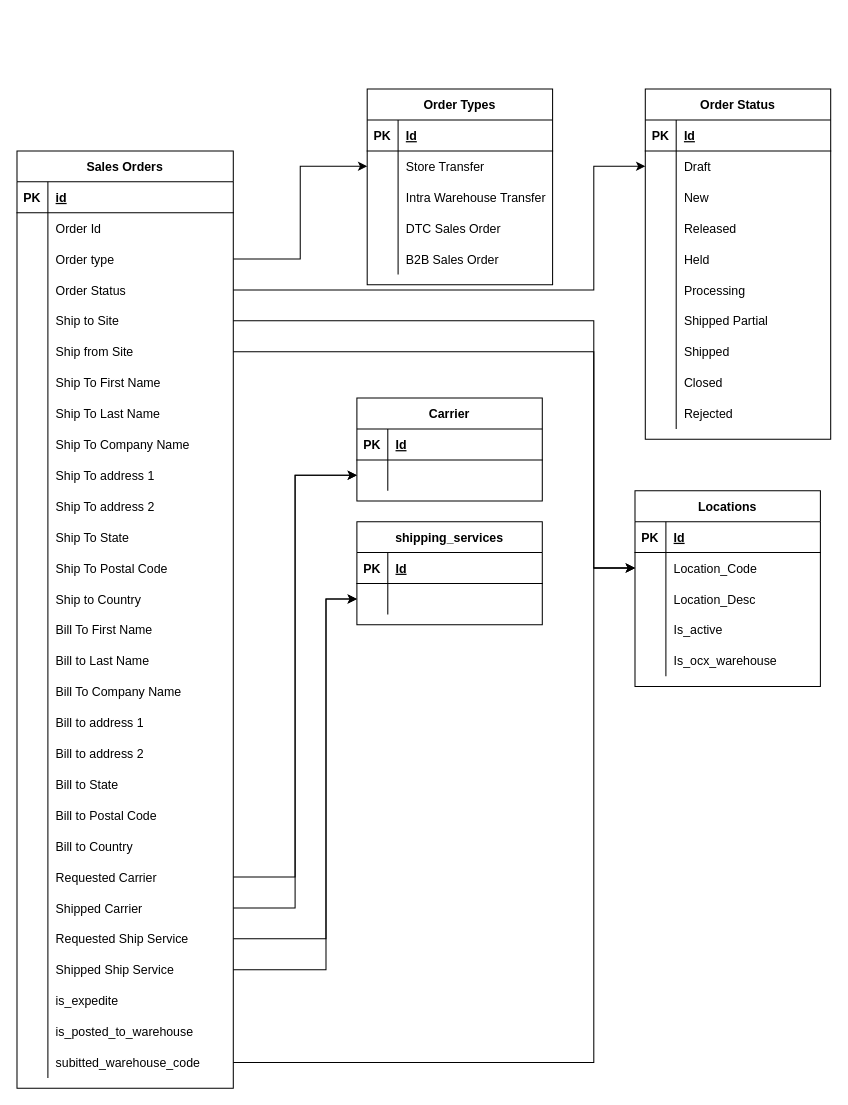
Before: page "Entity Relationship (ER) Diagram" (4 of 4) of InventoryTransferFlows.drawio in campbelltravis/Workflows, a draw.io diagram. Source tidied: cells renumbered, new cells numbered last; positions are measured from the earlier drawing's top-left corner, leaving out a move shared by most shapes. Both pictures are drawn from the tidied source at 103%, with x=0, y=0 at pixel (16, 89).
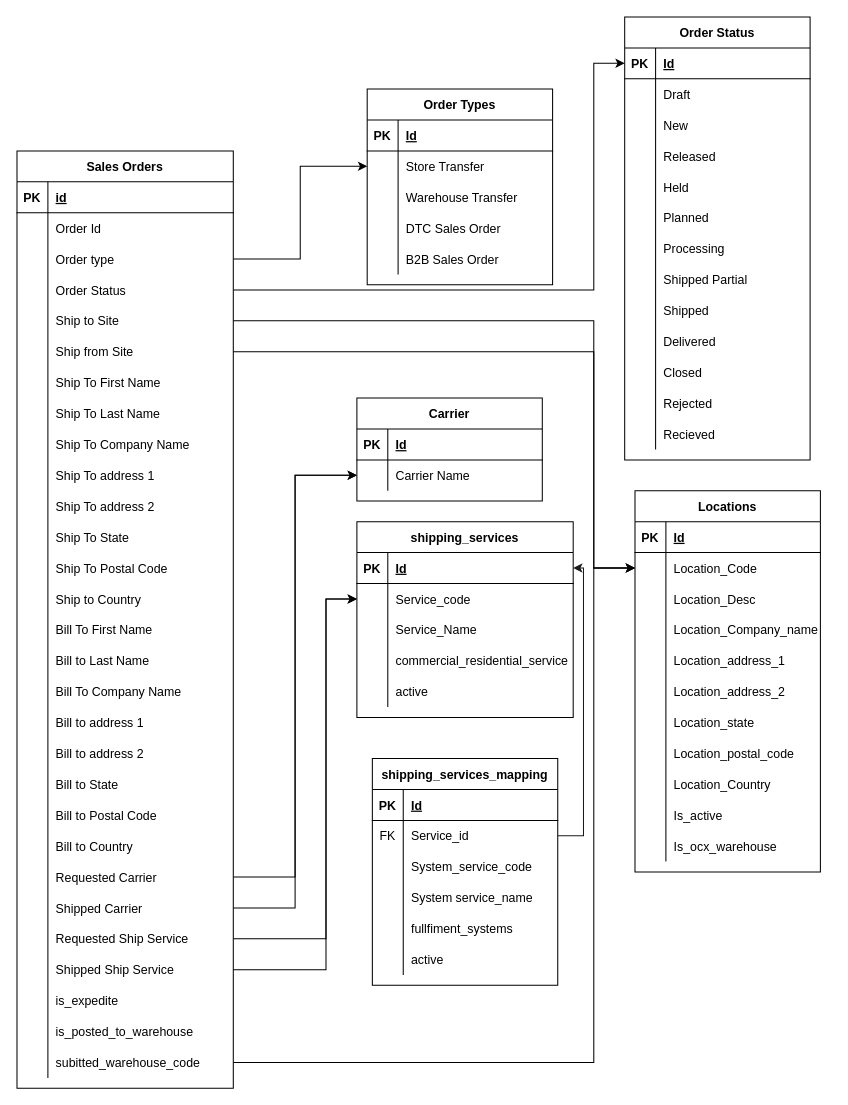
After the change.

The change refers to these unchanged cells:
```xml
<mxCell id="12" style="shape=tableRow;horizontal=0;startSize=0;swimlaneHead=0;swimlaneBody=0;fillColor=none;points=[[0,0.5],[1,0.5]];portConstraint=eastwest;top=0;left=0;right=0;bottom=0;" parent="2" vertex="1">
  <mxGeometry y="120" width="210" height="30" as="geometry" />
</mxCell>
<mxCell id="97" style="shape=tableRow;horizontal=0;startSize=0;swimlaneHead=0;swimlaneBody=0;fillColor=none;top=0;left=0;right=0;bottom=0;" parent="90" vertex="1">
  <mxGeometry y="90" width="180" height="30" as="geometry" />
</mxCell>
<mxCell id="108" style="shape=tableRow;horizontal=0;startSize=0;swimlaneHead=0;swimlaneBody=0;fillColor=none;points=[[0,0.5],[1,0.5]];portConstraint=eastwest;top=0;left=0;right=0;bottom=1;" parent="107" vertex="1">
  <mxGeometry y="30" width="180" height="30" as="geometry" />
</mxCell>
<mxCell id="111" style="shape=tableRow;horizontal=0;startSize=0;swimlaneHead=0;swimlaneBody=0;fillColor=none;points=[[0,0.5],[1,0.5]];portConstraint=eastwest;top=0;left=0;right=0;bottom=0;" parent="107" vertex="1">
  <mxGeometry y="60" width="180" height="30" as="geometry" />
</mxCell>
<mxCell id="159" style="shape=tableRow;horizontal=0;startSize=0;swimlaneHead=0;swimlaneBody=0;fillColor=none;points=[[0,0.5],[1,0.5]];portConstraint=eastwest;top=0;left=0;right=0;bottom=0;" parent="155" vertex="1">
  <mxGeometry y="60" width="180" height="30" as="geometry" />
</mxCell>
```

Change to the diagram source:
```diff
@@
-    <mxCell id="99" value="Intra Warehouse Transfer" style="shape=partialRectangle;fillColor=none;top=0;left=0;bottom=0;right=0;align=left;spacingLeft=6;overflow=hidden;" parent="97" vertex="1">
+    <mxCell id="99" value="Warehouse Transfer" style="shape=partialRectangle;fillColor=none;top=0;left=0;bottom=0;right=0;align=left;spacingLeft=6;overflow=hidden;" parent="97" vertex="1">
       <mxGeometry x="30" width="150" height="30" as="geometry" />
     </mxCell>
@@
     <mxCell id="107" value="Order Status" style="shape=table;startSize=30;childLayout=tableLayout;rowLines=0;fontStyle=1;align=center;" parent="1" vertex="1">
-      <mxGeometry x="610" width="180" height="340" as="geometry" />
+      <mxGeometry x="590" y="-70" width="180" height="430" as="geometry" />
     </mxCell>
@@
+    <mxCell id="176" style="shape=tableRow;horizontal=0;startSize=0;swimlaneHead=0;swimlaneBody=0;fillColor=none;top=0;left=0;right=0;bottom=0;" parent="107" vertex="1">
+      <mxGeometry y="180" width="180" height="30" as="geometry" />
+    </mxCell>
+    <mxCell id="177" style="shape=partialRectangle;fillColor=none;top=0;left=0;bottom=0;right=0;overflow=hidden;" parent="176" vertex="1">
+      <mxGeometry width="30" height="30" as="geometry" />
+    </mxCell>
+    <mxCell id="178" value="Planned" style="shape=partialRectangle;fillColor=none;top=0;left=0;bottom=0;right=0;align=left;spacingLeft=6;overflow=hidden;" parent="176" vertex="1">
+      <mxGeometry x="30" width="150" height="30" as="geometry" />
+    </mxCell>
     <mxCell id="123" style="shape=tableRow;horizontal=0;startSize=0;swimlaneHead=0;swimlaneBody=0;fillColor=none;top=0;left=0;right=0;bottom=0;" parent="107" vertex="1">
-      <mxGeometry y="180" width="180" height="30" as="geometry" />
+      <mxGeometry y="210" width="180" height="30" as="geometry" />
     </mxCell>
@@
     <mxCell id="126" style="shape=tableRow;horizontal=0;startSize=0;swimlaneHead=0;swimlaneBody=0;fillColor=none;top=0;left=0;right=0;bottom=0;" parent="107" vertex="1">
-      <mxGeometry y="210" width="180" height="30" as="geometry" />
+      <mxGeometry y="240" width="180" height="30" as="geometry" />
     </mxCell>
@@
     <mxCell id="129" style="shape=tableRow;horizontal=0;startSize=0;swimlaneHead=0;swimlaneBody=0;fillColor=none;top=0;left=0;right=0;bottom=0;" parent="107" vertex="1">
-      <mxGeometry y="240" width="180" height="30" as="geometry" />
+      <mxGeometry y="270" width="180" height="30" as="geometry" />
     </mxCell>
@@
+    <mxCell id="179" style="shape=tableRow;horizontal=0;startSize=0;swimlaneHead=0;swimlaneBody=0;fillColor=none;top=0;left=0;right=0;bottom=0;" parent="107" vertex="1">
+      <mxGeometry y="300" width="180" height="30" as="geometry" />
+    </mxCell>
+    <mxCell id="180" style="shape=partialRectangle;fillColor=none;top=0;left=0;bottom=0;right=0;overflow=hidden;" parent="179" vertex="1">
+      <mxGeometry width="30" height="30" as="geometry" />
+    </mxCell>
+    <mxCell id="181" value="Delivered" style="shape=partialRectangle;fillColor=none;top=0;left=0;bottom=0;right=0;align=left;spacingLeft=6;overflow=hidden;" parent="179" vertex="1">
+      <mxGeometry x="30" width="150" height="30" as="geometry" />
+    </mxCell>
     <mxCell id="132" style="shape=tableRow;horizontal=0;startSize=0;swimlaneHead=0;swimlaneBody=0;fillColor=none;top=0;left=0;right=0;bottom=0;" parent="107" vertex="1">
-      <mxGeometry y="270" width="180" height="30" as="geometry" />
+      <mxGeometry y="330" width="180" height="30" as="geometry" />
     </mxCell>
@@
     <mxCell id="135" style="shape=tableRow;horizontal=0;startSize=0;swimlaneHead=0;swimlaneBody=0;fillColor=none;top=0;left=0;right=0;bottom=0;" parent="107" vertex="1">
-      <mxGeometry y="300" width="180" height="30" as="geometry" />
+      <mxGeometry y="360" width="180" height="30" as="geometry" />
     </mxCell>
@@
+    <mxCell id="182" style="shape=tableRow;horizontal=0;startSize=0;swimlaneHead=0;swimlaneBody=0;fillColor=none;top=0;left=0;right=0;bottom=0;" parent="107" vertex="1">
+      <mxGeometry y="390" width="180" height="30" as="geometry" />
+    </mxCell>
+    <mxCell id="183" style="shape=partialRectangle;fillColor=none;top=0;left=0;bottom=0;right=0;overflow=hidden;" parent="182" vertex="1">
+      <mxGeometry width="30" height="30" as="geometry" />
+    </mxCell>
+    <mxCell id="184" value="Recieved" style="shape=partialRectangle;fillColor=none;top=0;left=0;bottom=0;right=0;align=left;spacingLeft=6;overflow=hidden;" parent="182" vertex="1">
+      <mxGeometry x="30" width="150" height="30" as="geometry" />
+    </mxCell>
-    <mxCell id="138" style="edgeStyle=orthogonalEdgeStyle;rounded=0;jettySize=auto;html=1;exitX=1;exitY=0.5;exitDx=0;exitDy=0;entryX=0;entryY=0.5;entryDx=0;entryDy=0;" parent="1" edge="1" source="12" target="111">
+    <mxCell id="138" style="edgeStyle=orthogonalEdgeStyle;rounded=0;jettySize=auto;html=1;exitX=1;exitY=0.5;exitDx=0;exitDy=0;entryX=0;entryY=0.5;entryDx=0;entryDy=0;" parent="1" edge="1" source="12" target="108">
       <mxGeometry relative="1" as="geometry">
         <Array as="points">
           <mxPoint x="560" y="195" />
-          <mxPoint x="560" y="75" />
+          <mxPoint x="560" y="-25" />
         </Array>
       </mxGeometry>
     </mxCell>
     <mxCell id="139" value="Locations" style="shape=table;startSize=30;childLayout=tableLayout;rowLines=0;fontStyle=1;align=center;" parent="1" vertex="1">
-      <mxGeometry x="600" y="390" width="180" height="190" as="geometry" />
+      <mxGeometry x="600" y="390" width="180" height="370" as="geometry" />
     </mxCell>
@@
+    <mxCell id="185" style="shape=tableRow;horizontal=0;startSize=0;swimlaneHead=0;swimlaneBody=0;fillColor=none;top=0;left=0;right=0;bottom=0;" parent="139" vertex="1">
+      <mxGeometry y="120" width="180" height="30" as="geometry" />
+    </mxCell>
+    <mxCell id="186" style="shape=partialRectangle;fillColor=none;top=0;left=0;bottom=0;right=0;overflow=hidden;" parent="185" vertex="1">
+      <mxGeometry width="30" height="30" as="geometry" />
+    </mxCell>
+    <mxCell id="187" value="Location_Company_name" style="shape=partialRectangle;fillColor=none;top=0;left=0;bottom=0;right=0;align=left;spacingLeft=6;overflow=hidden;" parent="185" vertex="1">
+      <mxGeometry x="30" width="150" height="30" as="geometry" />
+    </mxCell>
+    <mxCell id="188" style="shape=tableRow;horizontal=0;startSize=0;swimlaneHead=0;swimlaneBody=0;fillColor=none;top=0;left=0;right=0;bottom=0;" parent="139" vertex="1">
+      <mxGeometry y="150" width="180" height="30" as="geometry" />
+    </mxCell>
+    <mxCell id="189" style="shape=partialRectangle;fillColor=none;top=0;left=0;bottom=0;right=0;overflow=hidden;" parent="188" vertex="1">
+      <mxGeometry width="30" height="30" as="geometry" />
+    </mxCell>
+    <mxCell id="190" value="Location_address_1" style="shape=partialRectangle;fillColor=none;top=0;left=0;bottom=0;right=0;align=left;spacingLeft=6;overflow=hidden;" parent="188" vertex="1">
+      <mxGeometry x="30" width="150" height="30" as="geometry" />
+    </mxCell>
+    <mxCell id="191" style="shape=tableRow;horizontal=0;startSize=0;swimlaneHead=0;swimlaneBody=0;fillColor=none;top=0;left=0;right=0;bottom=0;" parent="139" vertex="1">
+      <mxGeometry y="180" width="180" height="30" as="geometry" />
+    </mxCell>
+    <mxCell id="192" style="shape=partialRectangle;fillColor=none;top=0;left=0;bottom=0;right=0;overflow=hidden;" parent="191" vertex="1">
+      <mxGeometry width="30" height="30" as="geometry" />
+    </mxCell>
+    <mxCell id="193" value="Location_address_2" style="shape=partialRectangle;fillColor=none;top=0;left=0;bottom=0;right=0;align=left;spacingLeft=6;overflow=hidden;" parent="191" vertex="1">
+      <mxGeometry x="30" width="150" height="30" as="geometry" />
+    </mxCell>
+    <mxCell id="194" style="shape=tableRow;horizontal=0;startSize=0;swimlaneHead=0;swimlaneBody=0;fillColor=none;top=0;left=0;right=0;bottom=0;" parent="139" vertex="1">
+      <mxGeometry y="210" width="180" height="30" as="geometry" />
+    </mxCell>
+    <mxCell id="195" style="shape=partialRectangle;fillColor=none;top=0;left=0;bottom=0;right=0;overflow=hidden;" parent="194" vertex="1">
+      <mxGeometry width="30" height="30" as="geometry" />
+    </mxCell>
+    <mxCell id="196" value="Location_state" style="shape=partialRectangle;fillColor=none;top=0;left=0;bottom=0;right=0;align=left;spacingLeft=6;overflow=hidden;" parent="194" vertex="1">
+      <mxGeometry x="30" width="150" height="30" as="geometry" />
+    </mxCell>
+    <mxCell id="197" style="shape=tableRow;horizontal=0;startSize=0;swimlaneHead=0;swimlaneBody=0;fillColor=none;top=0;left=0;right=0;bottom=0;" parent="139" vertex="1">
+      <mxGeometry y="240" width="180" height="30" as="geometry" />
+    </mxCell>
+    <mxCell id="198" style="shape=partialRectangle;fillColor=none;top=0;left=0;bottom=0;right=0;overflow=hidden;" parent="197" vertex="1">
+      <mxGeometry width="30" height="30" as="geometry" />
+    </mxCell>
+    <mxCell id="199" value="Location_postal_code" style="shape=partialRectangle;fillColor=none;top=0;left=0;bottom=0;right=0;align=left;spacingLeft=6;overflow=hidden;" parent="197" vertex="1">
+      <mxGeometry x="30" width="150" height="30" as="geometry" />
+    </mxCell>
+    <mxCell id="200" style="shape=tableRow;horizontal=0;startSize=0;swimlaneHead=0;swimlaneBody=0;fillColor=none;top=0;left=0;right=0;bottom=0;" parent="139" vertex="1">
+      <mxGeometry y="270" width="180" height="30" as="geometry" />
+    </mxCell>
+    <mxCell id="201" style="shape=partialRectangle;fillColor=none;top=0;left=0;bottom=0;right=0;overflow=hidden;" parent="200" vertex="1">
+      <mxGeometry width="30" height="30" as="geometry" />
+    </mxCell>
+    <mxCell id="202" value="Location_Country" style="shape=partialRectangle;fillColor=none;top=0;left=0;bottom=0;right=0;align=left;spacingLeft=6;overflow=hidden;" parent="200" vertex="1">
+      <mxGeometry x="30" width="150" height="30" as="geometry" />
+    </mxCell>
     <mxCell id="149" style="shape=tableRow;horizontal=0;startSize=0;swimlaneHead=0;swimlaneBody=0;fillColor=none;top=0;left=0;right=0;bottom=0;" parent="139" vertex="1">
-      <mxGeometry y="120" width="180" height="30" as="geometry" />
+      <mxGeometry y="300" width="180" height="30" as="geometry" />
     </mxCell>
@@
     <mxCell id="152" style="shape=tableRow;horizontal=0;startSize=0;swimlaneHead=0;swimlaneBody=0;fillColor=none;top=0;left=0;right=0;bottom=0;" parent="139" vertex="1">
-      <mxGeometry y="150" width="180" height="30" as="geometry" />
+      <mxGeometry y="330" width="180" height="30" as="geometry" />
     </mxCell>
@@
-    <mxCell id="161" style="shape=partialRectangle;fillColor=none;top=0;left=0;bottom=0;right=0;align=left;spacingLeft=6;overflow=hidden;" parent="159" vertex="1">
+    <mxCell id="161" value="Carrier Name" style="shape=partialRectangle;fillColor=none;top=0;left=0;bottom=0;right=0;align=left;spacingLeft=6;overflow=hidden;" parent="159" vertex="1">
       <mxGeometry x="30" width="150" height="30" as="geometry" />
     </mxCell>
@@
     <mxCell id="164" value="shipping_services" style="shape=table;startSize=30;childLayout=tableLayout;rowLines=0;fontStyle=1;align=center;" parent="1" vertex="1">
-      <mxGeometry x="330" y="420" width="180" height="100" as="geometry" />
+      <mxGeometry x="330" y="420" width="210" height="190" as="geometry" />
     </mxCell>
     <mxCell id="165" style="shape=tableRow;horizontal=0;startSize=0;swimlaneHead=0;swimlaneBody=0;fillColor=none;points=[[0,0.5],[1,0.5]];portConstraint=eastwest;top=0;left=0;right=0;bottom=1;" parent="164" vertex="1">
-      <mxGeometry y="30" width="180" height="30" as="geometry" />
+      <mxGeometry y="30" width="210" height="30" as="geometry" />
     </mxCell>
@@
     <mxCell id="167" value="Id" style="shape=partialRectangle;fillColor=none;top=0;left=0;bottom=0;right=0;align=left;spacingLeft=6;fontStyle=5;overflow=hidden;" parent="165" vertex="1">
-      <mxGeometry x="30" width="150" height="30" as="geometry" />
+      <mxGeometry x="30" width="180" height="30" as="geometry" />
     </mxCell>
     <mxCell id="168" style="shape=tableRow;horizontal=0;startSize=0;swimlaneHead=0;swimlaneBody=0;fillColor=none;points=[[0,0.5],[1,0.5]];portConstraint=eastwest;top=0;left=0;right=0;bottom=0;" parent="164" vertex="1">
-      <mxGeometry y="60" width="180" height="30" as="geometry" />
+      <mxGeometry y="60" width="210" height="30" as="geometry" />
     </mxCell>
@@
-    <mxCell id="170" style="shape=partialRectangle;fillColor=none;top=0;left=0;bottom=0;right=0;align=left;spacingLeft=6;overflow=hidden;" parent="168" vertex="1">
-      <mxGeometry x="30" width="150" height="30" as="geometry" />
+    <mxCell id="170" value="Service_code" style="shape=partialRectangle;fillColor=none;top=0;left=0;bottom=0;right=0;align=left;spacingLeft=6;overflow=hidden;" parent="168" vertex="1">
+      <mxGeometry x="30" width="180" height="30" as="geometry" />
     </mxCell>
+    <mxCell id="203" style="shape=tableRow;horizontal=0;startSize=0;swimlaneHead=0;swimlaneBody=0;fillColor=none;top=0;left=0;right=0;bottom=0;" parent="164" vertex="1">
+      <mxGeometry y="90" width="210" height="30" as="geometry" />
+    </mxCell>
+    <mxCell id="204" style="shape=partialRectangle;fillColor=none;top=0;left=0;bottom=0;right=0;overflow=hidden;" parent="203" vertex="1">
+      <mxGeometry width="30" height="30" as="geometry" />
+    </mxCell>
+    <mxCell id="205" value="Service_Name" style="shape=partialRectangle;fillColor=none;top=0;left=0;bottom=0;right=0;align=left;spacingLeft=6;overflow=hidden;" parent="203" vertex="1">
+      <mxGeometry x="30" width="180" height="30" as="geometry" />
+    </mxCell>
+    <mxCell id="206" style="shape=tableRow;horizontal=0;startSize=0;swimlaneHead=0;swimlaneBody=0;fillColor=none;top=0;left=0;right=0;bottom=0;" parent="164" vertex="1">
+      <mxGeometry y="120" width="210" height="30" as="geometry" />
+    </mxCell>
+    <mxCell id="207" style="shape=partialRectangle;fillColor=none;top=0;left=0;bottom=0;right=0;overflow=hidden;" parent="206" vertex="1">
+      <mxGeometry width="30" height="30" as="geometry" />
+    </mxCell>
+    <mxCell id="208" value="commercial_residential_service" style="shape=partialRectangle;fillColor=none;top=0;left=0;bottom=0;right=0;align=left;spacingLeft=6;overflow=hidden;" parent="206" vertex="1">
+      <mxGeometry x="30" width="180" height="30" as="geometry" />
+    </mxCell>
+    <mxCell id="209" style="shape=tableRow;horizontal=0;startSize=0;swimlaneHead=0;swimlaneBody=0;fillColor=none;top=0;left=0;right=0;bottom=0;" parent="164" vertex="1">
+      <mxGeometry y="150" width="210" height="30" as="geometry" />
+    </mxCell>
+    <mxCell id="210" style="shape=partialRectangle;fillColor=none;top=0;left=0;bottom=0;right=0;overflow=hidden;" parent="209" vertex="1">
+      <mxGeometry width="30" height="30" as="geometry" />
+    </mxCell>
+    <mxCell id="211" value="active" style="shape=partialRectangle;fillColor=none;top=0;left=0;bottom=0;right=0;align=left;spacingLeft=6;overflow=hidden;" parent="209" vertex="1">
+      <mxGeometry x="30" width="180" height="30" as="geometry" />
+    </mxCell>
@@
+    <mxCell id="212" value="shipping_services_mapping" style="shape=table;startSize=30;childLayout=tableLayout;rowLines=0;fontStyle=1;align=center;" parent="1" vertex="1">
+      <mxGeometry x="345" y="650" width="180" height="220" as="geometry" />
+    </mxCell>
+    <mxCell id="213" style="shape=tableRow;horizontal=0;startSize=0;swimlaneHead=0;swimlaneBody=0;fillColor=none;top=0;left=0;right=0;bottom=1;" parent="212" vertex="1">
+      <mxGeometry y="30" width="180" height="30" as="geometry" />
+    </mxCell>
+    <mxCell id="214" value="PK" style="shape=partialRectangle;fillColor=none;top=0;left=0;bottom=0;right=0;fontStyle=1;overflow=hidden;" parent="213" vertex="1">
+      <mxGeometry width="30" height="30" as="geometry" />
+    </mxCell>
+    <mxCell id="215" value="Id" style="shape=partialRectangle;fillColor=none;top=0;left=0;bottom=0;right=0;align=left;spacingLeft=6;fontStyle=5;overflow=hidden;" parent="213" vertex="1">
+      <mxGeometry x="30" width="150" height="30" as="geometry" />
+    </mxCell>
+    <mxCell id="216" style="shape=tableRow;horizontal=0;startSize=0;swimlaneHead=0;swimlaneBody=0;fillColor=none;points=[[0,0.5],[1,0.5]];portConstraint=eastwest;top=0;left=0;right=0;bottom=0;" parent="212" vertex="1">
+      <mxGeometry y="60" width="180" height="30" as="geometry" />
+    </mxCell>
+    <mxCell id="217" value="FK" style="shape=partialRectangle;fillColor=none;top=0;left=0;bottom=0;right=0;overflow=hidden;" parent="216" vertex="1">
+      <mxGeometry width="30" height="30" as="geometry" />
+    </mxCell>
+    <mxCell id="218" value="Service_id" style="shape=partialRectangle;fillColor=none;top=0;left=0;bottom=0;right=0;align=left;spacingLeft=6;overflow=hidden;" parent="216" vertex="1">
+      <mxGeometry x="30" width="150" height="30" as="geometry" />
+    </mxCell>
+    <mxCell id="219" style="shape=tableRow;horizontal=0;startSize=0;swimlaneHead=0;swimlaneBody=0;fillColor=none;top=0;left=0;right=0;bottom=0;" parent="212" vertex="1">
+      <mxGeometry y="90" width="180" height="30" as="geometry" />
+    </mxCell>
+    <mxCell id="220" style="shape=partialRectangle;fillColor=none;top=0;left=0;bottom=0;right=0;overflow=hidden;" parent="219" vertex="1">
+      <mxGeometry width="30" height="30" as="geometry" />
+    </mxCell>
+    <mxCell id="221" value="System_service_code" style="shape=partialRectangle;fillColor=none;top=0;left=0;bottom=0;right=0;align=left;spacingLeft=6;overflow=hidden;" parent="219" vertex="1">
+      <mxGeometry x="30" width="150" height="30" as="geometry" />
+    </mxCell>
+    <mxCell id="222" style="shape=tableRow;horizontal=0;startSize=0;swimlaneHead=0;swimlaneBody=0;fillColor=none;top=0;left=0;right=0;bottom=0;" parent="212" vertex="1">
+      <mxGeometry y="120" width="180" height="30" as="geometry" />
+    </mxCell>
+    <mxCell id="223" style="shape=partialRectangle;fillColor=none;top=0;left=0;bottom=0;right=0;overflow=hidden;" parent="222" vertex="1">
+      <mxGeometry width="30" height="30" as="geometry" />
+    </mxCell>
+    <mxCell id="224" value="System service_name" style="shape=partialRectangle;fillColor=none;top=0;left=0;bottom=0;right=0;align=left;spacingLeft=6;overflow=hidden;" parent="222" vertex="1">
+      <mxGeometry x="30" width="150" height="30" as="geometry" />
+    </mxCell>
+    <mxCell id="225" style="shape=tableRow;horizontal=0;startSize=0;swimlaneHead=0;swimlaneBody=0;fillColor=none;top=0;left=0;right=0;bottom=0;" parent="212" vertex="1">
+      <mxGeometry y="150" width="180" height="30" as="geometry" />
+    </mxCell>
+    <mxCell id="226" style="shape=partialRectangle;fillColor=none;top=0;left=0;bottom=0;right=0;overflow=hidden;" parent="225" vertex="1">
+      <mxGeometry width="30" height="30" as="geometry" />
+    </mxCell>
+    <mxCell id="227" value="fullfiment_systems" style="shape=partialRectangle;fillColor=none;top=0;left=0;bottom=0;right=0;align=left;spacingLeft=6;overflow=hidden;" parent="225" vertex="1">
+      <mxGeometry x="30" width="150" height="30" as="geometry" />
+    </mxCell>
+    <mxCell id="228" style="shape=tableRow;horizontal=0;startSize=0;swimlaneHead=0;swimlaneBody=0;fillColor=none;top=0;left=0;right=0;bottom=0;" parent="212" vertex="1">
+      <mxGeometry y="180" width="180" height="30" as="geometry" />
+    </mxCell>
+    <mxCell id="229" style="shape=partialRectangle;fillColor=none;top=0;left=0;bottom=0;right=0;overflow=hidden;" parent="228" vertex="1">
+      <mxGeometry width="30" height="30" as="geometry" />
+    </mxCell>
+    <mxCell id="230" value="active" style="shape=partialRectangle;fillColor=none;top=0;left=0;bottom=0;right=0;align=left;spacingLeft=6;overflow=hidden;" parent="228" vertex="1">
+      <mxGeometry x="30" width="150" height="30" as="geometry" />
+    </mxCell>
+    <mxCell id="231" style="edgeStyle=orthogonalEdgeStyle;rounded=0;jettySize=auto;html=1;entryX=1;entryY=0.5;entryDx=0;entryDy=0;startArrow=none;startFill=0;endArrow=classic;endFill=1;strokeColor=#1A1A1A;" parent="1" edge="1" source="216" target="165">
+      <mxGeometry relative="1" as="geometry">
+        <Array as="points">
+          <mxPoint x="550" y="725" />
+          <mxPoint x="550" y="465" />
+        </Array>
+      </mxGeometry>
+    </mxCell>
```
